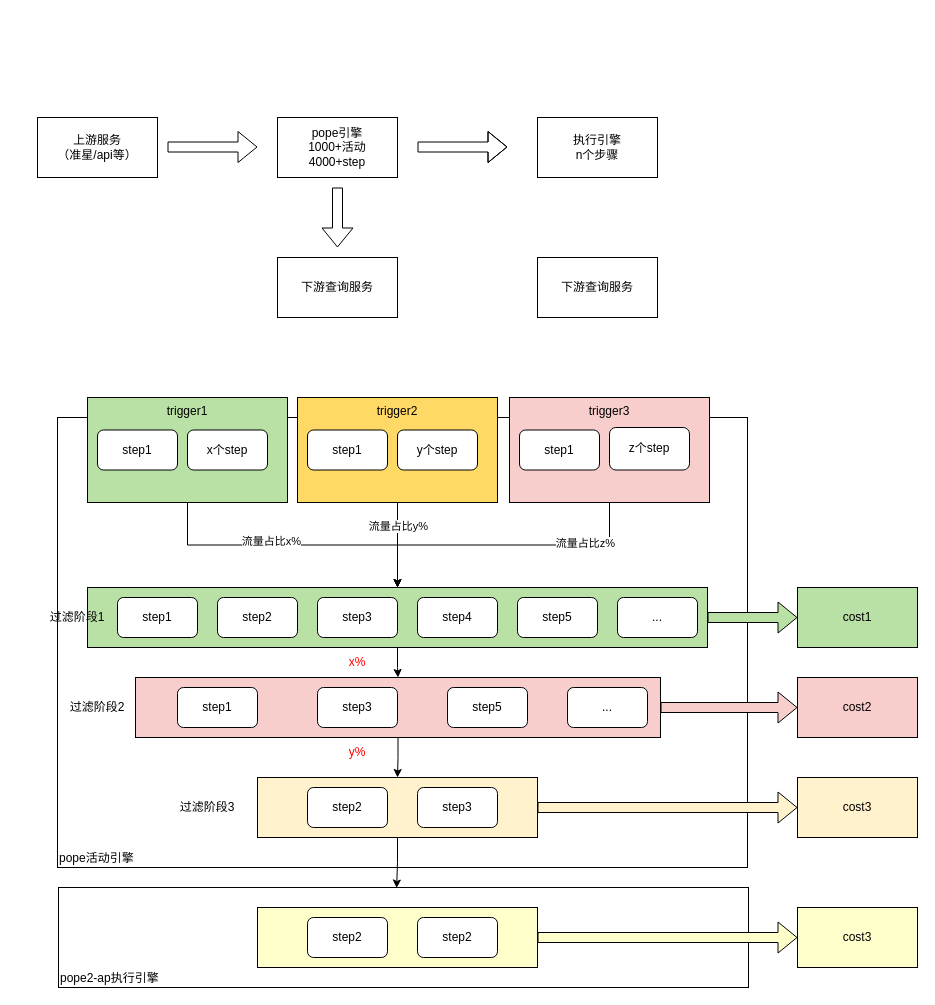
This is 1.drawio from dgjk23/myown, a draw.io file, before an edit. Source tidied: cells renumbered, new cells numbered last; positions are measured from the earlier drawing's top-left corner, leaving out a move shared by most shapes. Both pictures are drawn from the tidied source at 100%, with x=0, y=0 at pixel (37, 117).
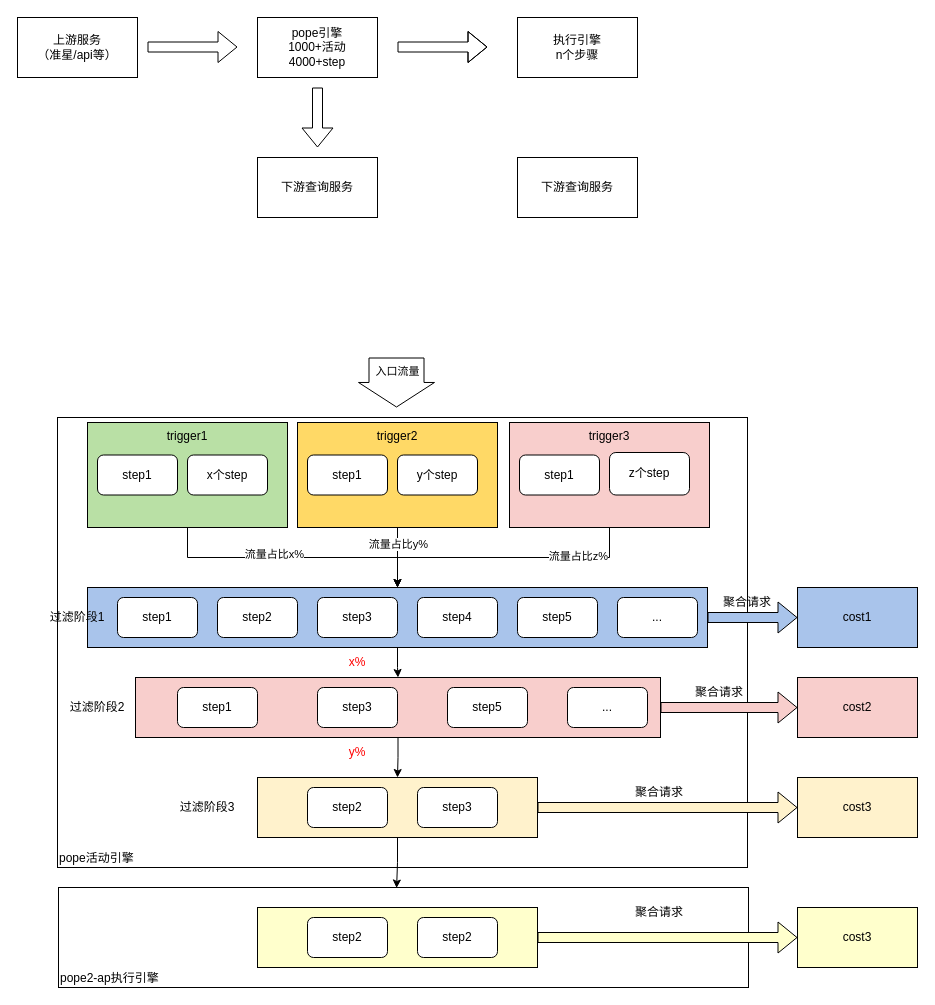
The same page after the edit.

The edit, as a diff of the source:
```diff
@@
     <mxCell id="3" value="上游服务&lt;div&gt;（准星/api等）&lt;/div&gt;" style="rounded=0;whiteSpace=wrap;html=1;" parent="1" vertex="1">
-      <mxGeometry width="120" height="60" as="geometry" />
+      <mxGeometry x="-20" y="-100" width="120" height="60" as="geometry" />
     </mxCell>
     <mxCell id="4" style="shape=flexArrow;endArrow=classic;html=1;rounded=0;" parent="1" edge="1">
       <mxGeometry relative="1" as="geometry">
-        <mxPoint x="130" y="29.5" as="sourcePoint" />
-        <mxPoint x="220" y="29.5" as="targetPoint" />
+        <mxPoint x="110" y="-70.5" as="sourcePoint" />
+        <mxPoint x="200" y="-70.5" as="targetPoint" />
       </mxGeometry>
     </mxCell>
     <mxCell id="5" value="pope引擎&lt;div&gt;1000+活动&lt;/div&gt;&lt;div&gt;4000+step&lt;/div&gt;" style="rounded=0;whiteSpace=wrap;html=1;" parent="1" vertex="1">
-      <mxGeometry x="240" width="120" height="60" as="geometry" />
+      <mxGeometry x="220" y="-100" width="120" height="60" as="geometry" />
     </mxCell>
     <mxCell id="6" value="执行引擎&lt;div&gt;n个步骤&lt;/div&gt;" style="rounded=0;whiteSpace=wrap;html=1;" parent="1" vertex="1">
-      <mxGeometry x="500" width="120" height="60" as="geometry" />
+      <mxGeometry x="480" y="-100" width="120" height="60" as="geometry" />
     </mxCell>
     <mxCell id="7" style="shape=flexArrow;endArrow=classic;html=1;rounded=0;" parent="1" edge="1">
       <mxGeometry relative="1" as="geometry">
-        <mxPoint x="380" y="29.5" as="sourcePoint" />
-        <mxPoint x="470" y="29.5" as="targetPoint" />
+        <mxPoint x="360" y="-70.5" as="sourcePoint" />
+        <mxPoint x="450" y="-70.5" as="targetPoint" />
         <Array as="points">
-          <mxPoint x="610" y="29.5" />
+          <mxPoint x="590" y="-70.5" />
         </Array>
       </mxGeometry>
     </mxCell>
     <mxCell id="8" value="下游查询服务" style="rounded=0;whiteSpace=wrap;html=1;" parent="1" vertex="1">
-      <mxGeometry x="240" y="140" width="120" height="60" as="geometry" />
+      <mxGeometry x="220" y="40" width="120" height="60" as="geometry" />
     </mxCell>
     <mxCell id="9" style="shape=flexArrow;endArrow=classic;html=1;rounded=0;" parent="1" edge="1">
       <mxGeometry relative="1" as="geometry">
-        <mxPoint x="300" y="70" as="sourcePoint" />
-        <mxPoint x="300" y="130" as="targetPoint" />
+        <mxPoint x="280" y="-30" as="sourcePoint" />
+        <mxPoint x="280" y="30" as="targetPoint" />
       </mxGeometry>
     </mxCell>
     <mxCell id="10" value="下游查询服务" style="rounded=0;whiteSpace=wrap;html=1;" parent="1" vertex="1">
-      <mxGeometry x="500" y="140" width="120" height="60" as="geometry" />
+      <mxGeometry x="480" y="40" width="120" height="60" as="geometry" />
     </mxCell>
@@
-    <mxCell id="13" style="rounded=0;whiteSpace=wrap;html=1;fillColor=#B9E0A5;" parent="1" vertex="1">
+    <mxCell id="13" style="rounded=0;whiteSpace=wrap;html=1;fillColor=#A9C4EB;" parent="1" vertex="1">
       <mxGeometry x="50" y="470" width="620" height="60" as="geometry" />
     </mxCell>
@@
-    <mxCell id="30" value="cost1" style="rounded=0;whiteSpace=wrap;html=1;fillColor=#B9E0A5;" parent="1" vertex="1">
+    <mxCell id="30" value="cost1" style="rounded=0;whiteSpace=wrap;html=1;fillColor=#A9C4EB;" parent="1" vertex="1">
       <mxGeometry x="760" y="470" width="120" height="60" as="geometry" />
     </mxCell>
@@
-    <mxCell id="33" style="shape=flexArrow;endArrow=classic;html=1;rounded=0;exitX=1;exitY=0.5;exitDx=0;exitDy=0;fillColor=#B9E0A5;" parent="1" edge="1" source="13" target="30">
+    <mxCell id="33" style="shape=flexArrow;endArrow=classic;html=1;rounded=0;exitX=1;exitY=0.5;exitDx=0;exitDy=0;fillColor=#A9C4EB;" parent="1" edge="1" source="13" target="30">
       <mxGeometry relative="1" as="geometry" />
     </mxCell>
@@
     <mxCell id="49" value="trigger1" style="rounded=0;whiteSpace=wrap;html=1;fillColor=#B9E0A5;verticalAlign=top;" parent="1" vertex="1">
-      <mxGeometry x="50" y="280" width="200" height="105" as="geometry" />
+      <mxGeometry x="50" y="305" width="200" height="105" as="geometry" />
     </mxCell>
     <mxCell id="50" value="step1" style="rounded=1;whiteSpace=wrap;html=1;" parent="1" vertex="1">
-      <mxGeometry x="60" y="312.5" width="80" height="40" as="geometry" />
+      <mxGeometry x="60" y="337.5" width="80" height="40" as="geometry" />
     </mxCell>
     <mxCell id="51" value="x个step" style="rounded=1;whiteSpace=wrap;html=1;" parent="1" vertex="1">
-      <mxGeometry x="150" y="312.5" width="80" height="40" as="geometry" />
+      <mxGeometry x="150" y="337.5" width="80" height="40" as="geometry" />
     </mxCell>
@@
     <mxCell id="54" value="trigger2" style="rounded=0;whiteSpace=wrap;html=1;fillColor=#FFD966;verticalAlign=top;" parent="1" vertex="1">
-      <mxGeometry x="260" y="280" width="200" height="105" as="geometry" />
+      <mxGeometry x="260" y="305" width="200" height="105" as="geometry" />
     </mxCell>
     <mxCell id="55" value="step1" style="rounded=1;whiteSpace=wrap;html=1;" parent="1" vertex="1">
-      <mxGeometry x="270" y="312.5" width="80" height="40" as="geometry" />
+      <mxGeometry x="270" y="337.5" width="80" height="40" as="geometry" />
     </mxCell>
     <mxCell id="56" value="y个step" style="rounded=1;whiteSpace=wrap;html=1;" parent="1" vertex="1">
-      <mxGeometry x="360" y="312.5" width="80" height="40" as="geometry" />
+      <mxGeometry x="360" y="337.5" width="80" height="40" as="geometry" />
     </mxCell>
@@
     <mxCell id="59" value="trigger3" style="rounded=0;whiteSpace=wrap;html=1;fillColor=#F8CECC;verticalAlign=top;" parent="1" vertex="1">
-      <mxGeometry x="472" y="280" width="200" height="105" as="geometry" />
+      <mxGeometry x="472" y="305" width="200" height="105" as="geometry" />
     </mxCell>
     <mxCell id="60" value="step1" style="rounded=1;whiteSpace=wrap;html=1;" parent="1" vertex="1">
-      <mxGeometry x="482" y="312.5" width="80" height="40" as="geometry" />
+      <mxGeometry x="482" y="337.5" width="80" height="40" as="geometry" />
     </mxCell>
     <mxCell id="61" value="z个step" style="rounded=1;whiteSpace=wrap;html=1;" parent="1" vertex="1">
-      <mxGeometry x="572" y="310" width="80" height="42.5" as="geometry" />
+      <mxGeometry x="572" y="335" width="80" height="42.5" as="geometry" />
     </mxCell>
+    <mxCell id="62" style="shape=flexArrow;endArrow=classic;html=1;rounded=0;width=55;endSize=7.84;" parent="1" edge="1">
+      <mxGeometry relative="1" as="geometry">
+        <mxPoint x="359" y="240" as="sourcePoint" />
+        <mxPoint x="359" y="290" as="targetPoint" />
+      </mxGeometry>
+    </mxCell>
+    <mxCell id="63" value="入口流量" style="edgeLabel;html=1;align=center;verticalAlign=middle;" parent="62" vertex="1">
+      <mxGeometry x="-0.48" relative="1" as="geometry" />
+    </mxCell>
+    <mxCell id="64" value="聚合请求" style="text;html=1;whiteSpace=wrap;strokeColor=none;fillColor=none;align=center;verticalAlign=middle;rounded=0;" parent="1" vertex="1">
+      <mxGeometry x="592" y="660" width="60" height="30" as="geometry" />
+    </mxCell>
+    <mxCell id="65" value="聚合请求" style="text;html=1;whiteSpace=wrap;strokeColor=none;fillColor=none;align=center;verticalAlign=middle;rounded=0;" parent="1" vertex="1">
+      <mxGeometry x="592" y="780" width="60" height="30" as="geometry" />
+    </mxCell>
+    <mxCell id="66" value="聚合请求" style="text;html=1;whiteSpace=wrap;strokeColor=none;fillColor=none;align=center;verticalAlign=middle;rounded=0;" parent="1" vertex="1">
+      <mxGeometry x="652" y="560" width="60" height="30" as="geometry" />
+    </mxCell>
+    <mxCell id="67" value="聚合请求" style="text;html=1;whiteSpace=wrap;strokeColor=none;fillColor=none;align=center;verticalAlign=middle;rounded=0;" parent="1" vertex="1">
+      <mxGeometry x="680" y="470" width="60" height="30" as="geometry" />
+    </mxCell>
```
